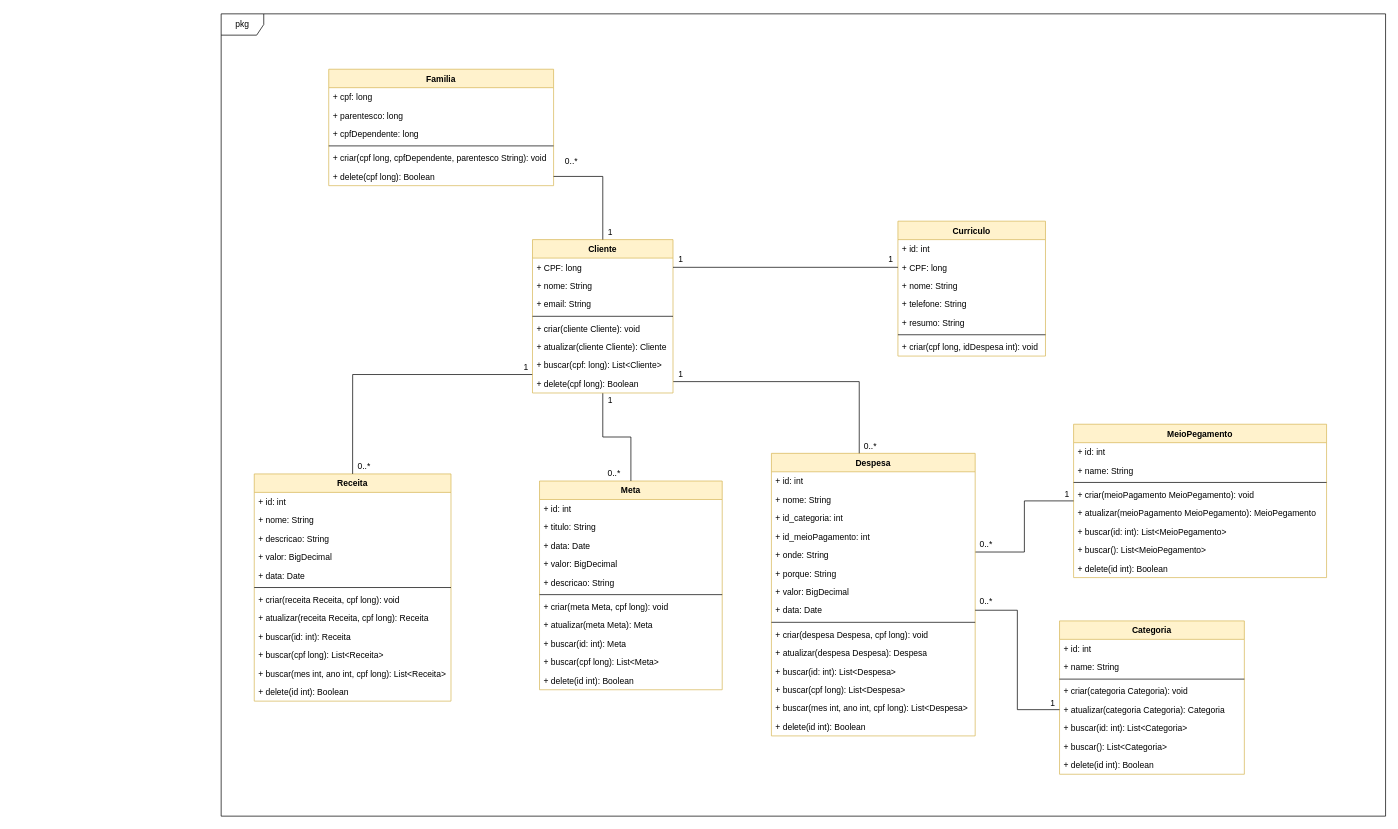
The draw.io diagram resource/diagrama de classe/diagrama de classe de dominio.drawio in matheusCalaca/sistema-financeiro-frontend, before the edit. Source tidied: cells renumbered, new cells numbered last; positions are measured from the earlier drawing's top-left corner, leaving out a move shared by most shapes. Both pictures are drawn from the tidied source at 71%, with x=0, y=0 at pixel (221, 13).
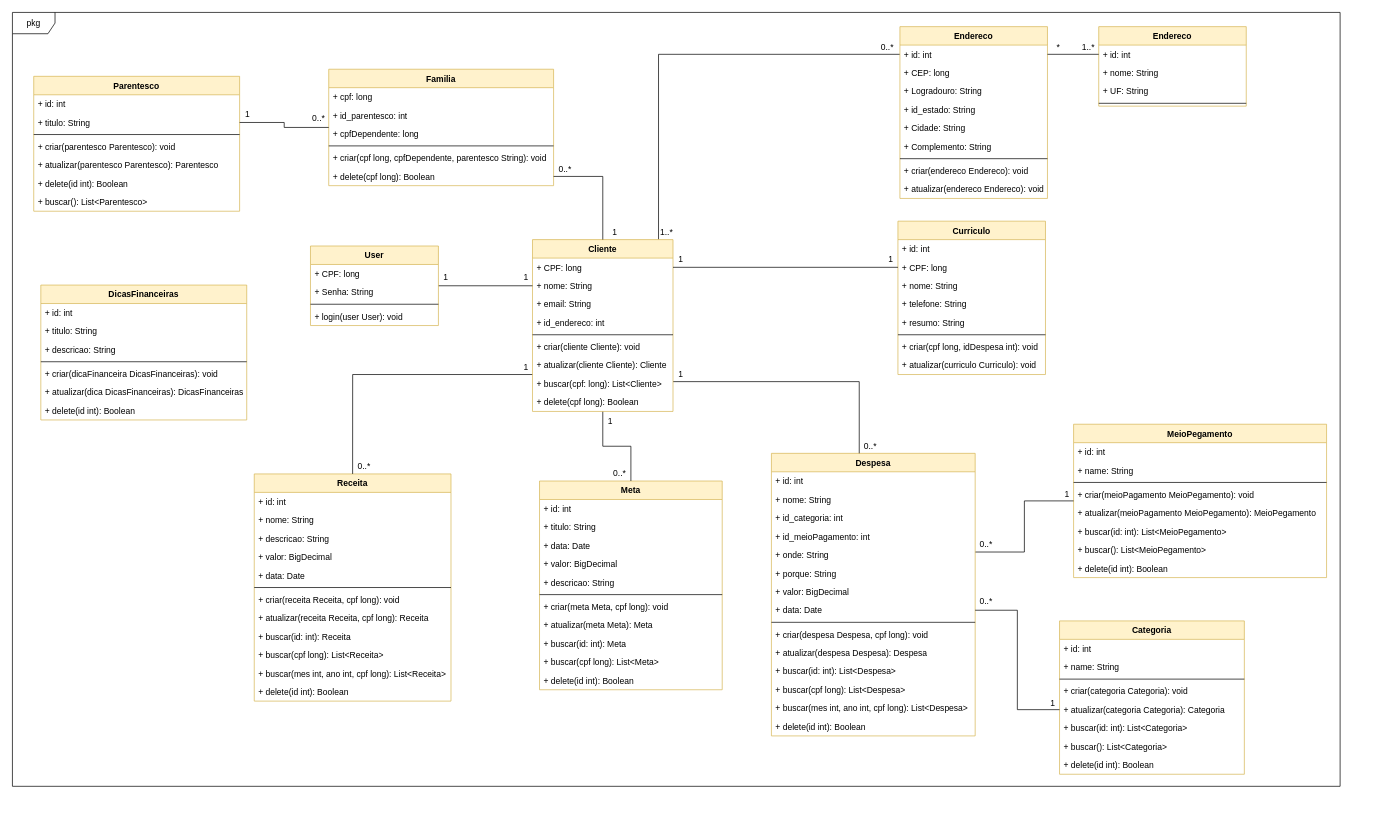
The same diagram, later.

Commit message (it also covers changes not shown here):
update de diagrama de caso

Unchanged cells that the change refers to:
```xml
<mxCell id="75" value="+ nome: String" style="text;strokeColor=none;fillColor=none;align=left;verticalAlign=top;spacingLeft=4;spacingRight=4;overflow=hidden;points=[[0,0.5],[1,0.5]];portConstraint=eastwest;" parent="73" vertex="1">
  <mxGeometry y="52" width="197.9" height="26" as="geometry" />
</mxCell>
<mxCell id="82" value="Familia" style="swimlane;fontStyle=1;align=center;verticalAlign=top;horizontal=1;startSize=26;fillColor=#fff2cc;strokeColor=#d6b656;" parent="1" vertex="1">
  <mxGeometry x="151.5" y="78" width="316.7" height="164" as="geometry" />
</mxCell>
```

What changed in the source:
```diff
@@
+    <mxCell id="106" value="pkg" style="shape=umlFrame;whiteSpace=wrap;html=1;" parent="1" vertex="1">
+      <mxGeometry x="-294" y="-2" width="1870" height="1090" as="geometry" />
+    </mxCell>
@@
     <mxCell id="49" value="Curriculo" style="swimlane;fontStyle=1;align=center;verticalAlign=top;horizontal=1;startSize=26;fillColor=#fff2cc;strokeColor=#d6b656;" parent="1" vertex="1">
-      <mxGeometry x="953.2" y="292" width="207.8" height="190" as="geometry" />
+      <mxGeometry x="953.2" y="292" width="207.8" height="216" as="geometry" />
     </mxCell>
@@
+    <mxCell id="108" value="+ atualizar(curriculo Curriculo): void" style="text;strokeColor=none;fillColor=none;align=left;verticalAlign=top;spacingLeft=4;spacingRight=4;overflow=hidden;" parent="49" vertex="1">
+      <mxGeometry y="190" width="207.8" height="26" as="geometry" />
+    </mxCell>
@@
+    <mxCell id="109" style="edgeStyle=orthogonalEdgeStyle;rounded=0;jettySize=auto;html=1;entryX=0;entryY=0.5;entryDx=0;entryDy=0;endArrow=none;endFill=0;" parent="1" edge="1" source="73" target="112">
+      <mxGeometry relative="1" as="geometry">
+        <Array as="points">
+          <mxPoint x="616" y="57" />
+        </Array>
+      </mxGeometry>
+    </mxCell>
     <mxCell id="73" value="Cliente" style="swimlane;fontStyle=1;align=center;verticalAlign=top;horizontal=1;startSize=26;fillColor=#fff2cc;strokeColor=#d6b656;" parent="1" vertex="1">
-      <mxGeometry x="438.5" y="318" width="197.9" height="216" as="geometry" />
+      <mxGeometry x="438.5" y="318" width="197.9" height="242" as="geometry" />
     </mxCell>
@@
+    <mxCell id="110" value="+ id_endereco: int" style="text;strokeColor=none;fillColor=none;align=left;verticalAlign=top;spacingLeft=4;spacingRight=4;overflow=hidden;" parent="73" vertex="1">
+      <mxGeometry y="104" width="197.9" height="26" as="geometry" />
+    </mxCell>
     <mxCell id="77" style="line;strokeWidth=1;fillColor=none;align=left;verticalAlign=middle;spacingTop=-1;spacingLeft=3;spacingRight=3;labelPosition=right;" parent="73" vertex="1">
-      <mxGeometry y="104" width="197.9" height="8" as="geometry" />
+      <mxGeometry y="130" width="197.9" height="8" as="geometry" />
     </mxCell>
     <mxCell id="78" value="+ criar(cliente Cliente): void" style="text;strokeColor=none;fillColor=none;align=left;verticalAlign=top;spacingLeft=4;spacingRight=4;overflow=hidden;" parent="73" vertex="1">
-      <mxGeometry y="112" width="197.9" height="26" as="geometry" />
+      <mxGeometry y="138" width="197.9" height="26" as="geometry" />
     </mxCell>
     <mxCell id="79" value="+ atualizar(cliente Cliente): Cliente" style="text;strokeColor=none;fillColor=none;align=left;verticalAlign=top;spacingLeft=4;spacingRight=4;overflow=hidden;" parent="73" vertex="1">
-      <mxGeometry y="138" width="197.9" height="26" as="geometry" />
+      <mxGeometry y="164" width="197.9" height="26" as="geometry" />
     </mxCell>
     <mxCell id="80" value="+ buscar(cpf: long): List&lt;Cliente&gt;" style="text;strokeColor=none;fillColor=none;align=left;verticalAlign=top;spacingLeft=4;spacingRight=4;overflow=hidden;" parent="73" vertex="1">
-      <mxGeometry y="164" width="197.9" height="26" as="geometry" />
+      <mxGeometry y="190" width="197.9" height="26" as="geometry" />
     </mxCell>
     <mxCell id="81" value="+ delete(cpf long): Boolean" style="text;strokeColor=none;fillColor=none;align=left;verticalAlign=top;spacingLeft=4;spacingRight=4;overflow=hidden;" parent="73" vertex="1">
-      <mxGeometry y="190" width="197.9" height="26" as="geometry" />
+      <mxGeometry y="216" width="197.9" height="26" as="geometry" />
     </mxCell>
@@
-    <mxCell id="84" value="+ parentesco: long  " style="text;strokeColor=none;fillColor=none;align=left;verticalAlign=top;spacingLeft=4;spacingRight=4;overflow=hidden;" parent="82" vertex="1">
+    <mxCell id="84" value="+ id_parentesco: int" style="text;strokeColor=none;fillColor=none;align=left;verticalAlign=top;spacingLeft=4;spacingRight=4;overflow=hidden;" parent="82" vertex="1">
       <mxGeometry y="52" width="316.7" height="26" as="geometry" />
     </mxCell>
@@
-    <mxCell id="89" style="group;" parent="1" vertex="1">
-      <mxGeometry x="478.1" y="198" width="79.2" height="120" as="geometry" />
-    </mxCell>
-    <mxCell id="90" value="1" style="text;html=1;align=center;verticalAlign=middle;strokeColor=none;fillColor=none;" parent="89" vertex="1">
-      <mxGeometry x="59.4" y="100" width="20" height="20" as="geometry" />
-    </mxCell>
-    <mxCell id="91" value="0..*" style="text;html=1;align=center;verticalAlign=middle;strokeColor=none;fillColor=none;" parent="89" vertex="1">
-      <mxGeometry width="30" height="20" as="geometry" />
-    </mxCell>
@@
     <mxCell id="94" value="1" style="text;html=1;align=center;verticalAlign=middle;strokeColor=none;fillColor=none;" parent="1" vertex="1">
-      <mxGeometry x="537.5" y="534" width="20" height="20" as="geometry" />
+      <mxGeometry x="537.5" y="564" width="20" height="20" as="geometry" />
     </mxCell>
     <mxCell id="95" value="0..*" style="text;html=1;align=center;verticalAlign=middle;strokeColor=none;fillColor=none;" parent="1" vertex="1">
-      <mxGeometry x="537.5" y="638" width="30" height="20" as="geometry" />
+      <mxGeometry x="546" y="638" width="30" height="20" as="geometry" />
     </mxCell>
@@
-    <mxCell id="106" value="pkg" style="shape=umlFrame;whiteSpace=wrap;html=1;" parent="1" vertex="1">
-      <mxGeometry width="1640" height="1130" as="geometry" />
-    </mxCell>
@@
+    <mxCell id="90" value="1" style="text;html=1;align=center;verticalAlign=middle;strokeColor=none;fillColor=none;" parent="1" vertex="1">
+      <mxGeometry x="543.5" y="298" width="20" height="20" as="geometry" />
+    </mxCell>
+    <mxCell id="91" value="0..*" style="text;html=1;align=center;verticalAlign=middle;strokeColor=none;fillColor=none;" parent="1" vertex="1">
+      <mxGeometry x="469.1" y="209" width="30" height="20" as="geometry" />
+    </mxCell>
+    <mxCell id="111" value="Endereco" style="swimlane;fontStyle=1;align=center;verticalAlign=top;horizontal=1;startSize=26;fillColor=#fff2cc;strokeColor=#d6b656;" parent="1" vertex="1">
+      <mxGeometry x="956" y="18" width="207.8" height="242" as="geometry" />
+    </mxCell>
+    <mxCell id="112" value="+ id: int" style="text;strokeColor=none;fillColor=none;align=left;verticalAlign=top;spacingLeft=4;spacingRight=4;overflow=hidden;points=[[0,0.5],[1,0.5]];portConstraint=eastwest;" parent="111" vertex="1">
+      <mxGeometry y="26" width="207.8" height="26" as="geometry" />
+    </mxCell>
+    <mxCell id="113" value="+ CEP: long  " style="text;strokeColor=none;fillColor=none;align=left;verticalAlign=top;spacingLeft=4;spacingRight=4;overflow=hidden;" parent="111" vertex="1">
+      <mxGeometry y="52" width="207.8" height="26" as="geometry" />
+    </mxCell>
+    <mxCell id="114" value="+ Logradouro: String" style="text;strokeColor=none;fillColor=none;align=left;verticalAlign=top;spacingLeft=4;spacingRight=4;overflow=hidden;" parent="111" vertex="1">
+      <mxGeometry y="78" width="207.8" height="26" as="geometry" />
+    </mxCell>
+    <mxCell id="115" value="+ id_estado: String  " style="text;strokeColor=none;fillColor=none;align=left;verticalAlign=top;spacingLeft=4;spacingRight=4;overflow=hidden;" parent="111" vertex="1">
+      <mxGeometry y="104" width="207.8" height="26" as="geometry" />
+    </mxCell>
+    <mxCell id="116" value="+ Cidade: String  " style="text;strokeColor=none;fillColor=none;align=left;verticalAlign=top;spacingLeft=4;spacingRight=4;overflow=hidden;" parent="111" vertex="1">
+      <mxGeometry y="130" width="207.8" height="26" as="geometry" />
+    </mxCell>
+    <mxCell id="117" value="+ Complemento: String  " style="text;strokeColor=none;fillColor=none;align=left;verticalAlign=top;spacingLeft=4;spacingRight=4;overflow=hidden;" parent="111" vertex="1">
+      <mxGeometry y="156" width="207.8" height="26" as="geometry" />
+    </mxCell>
+    <mxCell id="118" style="line;strokeWidth=1;fillColor=none;align=left;verticalAlign=middle;spacingTop=-1;spacingLeft=3;spacingRight=3;labelPosition=right;" parent="111" vertex="1">
+      <mxGeometry y="182" width="207.8" height="8" as="geometry" />
+    </mxCell>
+    <mxCell id="119" value="+ criar(endereco Endereco): void" style="text;strokeColor=none;fillColor=none;align=left;verticalAlign=top;spacingLeft=4;spacingRight=4;overflow=hidden;" parent="111" vertex="1">
+      <mxGeometry y="190" width="207.8" height="26" as="geometry" />
+    </mxCell>
+    <mxCell id="120" value="+ atualizar(endereco Endereco): void" style="text;strokeColor=none;fillColor=none;align=left;verticalAlign=top;spacingLeft=4;spacingRight=4;overflow=hidden;" parent="111" vertex="1">
+      <mxGeometry y="216" width="207.8" height="26" as="geometry" />
+    </mxCell>
+    <mxCell id="121" value="0..*" style="text;html=1;align=center;verticalAlign=middle;strokeColor=none;fillColor=none;" parent="1" vertex="1">
+      <mxGeometry x="923.2" y="38" width="30" height="20" as="geometry" />
+    </mxCell>
+    <mxCell id="122" value="1..*" style="text;html=1;align=center;verticalAlign=middle;strokeColor=none;fillColor=none;" parent="1" vertex="1">
+      <mxGeometry x="611.5" y="298" width="30" height="20" as="geometry" />
+    </mxCell>
+    <mxCell id="123" value="Endereco" style="swimlane;fontStyle=1;align=center;verticalAlign=top;horizontal=1;startSize=26;fillColor=#fff2cc;strokeColor=#d6b656;" parent="1" vertex="1">
+      <mxGeometry x="1236" y="18" width="207.8" height="112" as="geometry" />
+    </mxCell>
+    <mxCell id="124" value="+ id: int" style="text;strokeColor=none;fillColor=none;align=left;verticalAlign=top;spacingLeft=4;spacingRight=4;overflow=hidden;points=[[0,0.5],[1,0.5]];portConstraint=eastwest;" parent="123" vertex="1">
+      <mxGeometry y="26" width="207.8" height="26" as="geometry" />
+    </mxCell>
+    <mxCell id="125" value="+ nome: String  " style="text;strokeColor=none;fillColor=none;align=left;verticalAlign=top;spacingLeft=4;spacingRight=4;overflow=hidden;" parent="123" vertex="1">
+      <mxGeometry y="52" width="207.8" height="26" as="geometry" />
+    </mxCell>
+    <mxCell id="126" value="+ UF: String  " style="text;strokeColor=none;fillColor=none;align=left;verticalAlign=top;spacingLeft=4;spacingRight=4;overflow=hidden;" parent="123" vertex="1">
+      <mxGeometry y="78" width="207.8" height="26" as="geometry" />
+    </mxCell>
+    <mxCell id="127" style="line;strokeWidth=1;fillColor=none;align=left;verticalAlign=middle;spacingTop=-1;spacingLeft=3;spacingRight=3;labelPosition=right;" parent="123" vertex="1">
+      <mxGeometry y="104" width="207.8" height="8" as="geometry" />
+    </mxCell>
+    <mxCell id="128" style="edgeStyle=orthogonalEdgeStyle;rounded=0;jettySize=auto;html=1;entryX=0;entryY=0.5;entryDx=0;entryDy=0;endArrow=none;endFill=0;" parent="1" edge="1" source="112" target="124">
+      <mxGeometry relative="1" as="geometry" />
+    </mxCell>
+    <mxCell id="129" value="1..*" style="text;html=1;align=center;verticalAlign=middle;strokeColor=none;fillColor=none;" parent="1" vertex="1">
+      <mxGeometry x="1206" y="38" width="30" height="20" as="geometry" />
+    </mxCell>
+    <mxCell id="130" value="*" style="text;html=1;align=center;verticalAlign=middle;strokeColor=none;fillColor=none;" parent="1" vertex="1">
+      <mxGeometry x="1168.8" y="38" width="20" height="20" as="geometry" />
+    </mxCell>
+    <mxCell id="131" style="edgeStyle=orthogonalEdgeStyle;rounded=0;jettySize=auto;html=1;entryX=0;entryY=0.5;entryDx=0;entryDy=0;endArrow=none;endFill=0;" parent="1" edge="1" source="132" target="75">
+      <mxGeometry relative="1" as="geometry" />
+    </mxCell>
+    <mxCell id="132" value="User" style="swimlane;fontStyle=1;align=center;verticalAlign=top;horizontal=1;startSize=26;fillColor=#fff2cc;strokeColor=#d6b656;" parent="1" vertex="1">
+      <mxGeometry x="125.8" y="327" width="180.2" height="112" as="geometry" />
+    </mxCell>
+    <mxCell id="133" value="+ CPF: long  " style="text;strokeColor=none;fillColor=none;align=left;verticalAlign=top;spacingLeft=4;spacingRight=4;overflow=hidden;" parent="132" vertex="1">
+      <mxGeometry y="26" width="180.2" height="26" as="geometry" />
+    </mxCell>
+    <mxCell id="134" value="+ Senha: String" style="text;strokeColor=none;fillColor=none;align=left;verticalAlign=top;spacingLeft=4;spacingRight=4;overflow=hidden;" parent="132" vertex="1">
+      <mxGeometry y="52" width="180.2" height="26" as="geometry" />
+    </mxCell>
+    <mxCell id="135" style="line;strokeWidth=1;fillColor=none;align=left;verticalAlign=middle;spacingTop=-1;spacingLeft=3;spacingRight=3;labelPosition=right;" parent="132" vertex="1">
+      <mxGeometry y="78" width="180.2" height="8" as="geometry" />
+    </mxCell>
+    <mxCell id="136" value="+ login(user User): void" style="text;strokeColor=none;fillColor=none;align=left;verticalAlign=top;spacingLeft=4;spacingRight=4;overflow=hidden;" parent="132" vertex="1">
+      <mxGeometry y="86" width="180.2" height="26" as="geometry" />
+    </mxCell>
+    <mxCell id="137" value="1" style="text;html=1;align=center;verticalAlign=middle;strokeColor=none;fillColor=none;" parent="1" vertex="1">
+      <mxGeometry x="306" y="362" width="20" height="20" as="geometry" />
+    </mxCell>
+    <mxCell id="138" value="1" style="text;html=1;align=center;verticalAlign=middle;strokeColor=none;fillColor=none;" parent="1" vertex="1">
+      <mxGeometry x="418.5" y="362" width="20" height="20" as="geometry" />
+    </mxCell>
+    <mxCell id="139" value="DicasFinanceiras" style="swimlane;fontStyle=1;align=center;verticalAlign=top;horizontal=1;startSize=26;fillColor=#fff2cc;strokeColor=#d6b656;" parent="1" vertex="1">
+      <mxGeometry x="-254" y="382" width="290" height="190" as="geometry" />
+    </mxCell>
+    <mxCell id="140" value="+ id: int  " style="text;strokeColor=none;fillColor=none;align=left;verticalAlign=top;spacingLeft=4;spacingRight=4;overflow=hidden;" parent="139" vertex="1">
+      <mxGeometry y="26" width="290" height="26" as="geometry" />
+    </mxCell>
+    <mxCell id="141" value="+ titulo: String" style="text;strokeColor=none;fillColor=none;align=left;verticalAlign=top;spacingLeft=4;spacingRight=4;overflow=hidden;" parent="139" vertex="1">
+      <mxGeometry y="52" width="290" height="26" as="geometry" />
+    </mxCell>
+    <mxCell id="142" value="+ descricao: String" style="text;strokeColor=none;fillColor=none;align=left;verticalAlign=top;spacingLeft=4;spacingRight=4;overflow=hidden;" parent="139" vertex="1">
+      <mxGeometry y="78" width="290" height="26" as="geometry" />
+    </mxCell>
+    <mxCell id="143" style="line;strokeWidth=1;fillColor=none;align=left;verticalAlign=middle;spacingTop=-1;spacingLeft=3;spacingRight=3;labelPosition=right;" parent="139" vertex="1">
+      <mxGeometry y="104" width="290" height="8" as="geometry" />
+    </mxCell>
+    <mxCell id="144" value="+ criar(dicaFinanceira DicasFinanceiras): void" style="text;strokeColor=none;fillColor=none;align=left;verticalAlign=top;spacingLeft=4;spacingRight=4;overflow=hidden;" parent="139" vertex="1">
+      <mxGeometry y="112" width="290" height="26" as="geometry" />
+    </mxCell>
+    <mxCell id="145" value="+ atualizar(dica DicasFinanceiras): DicasFinanceiras" style="text;strokeColor=none;fillColor=none;align=left;verticalAlign=top;spacingLeft=4;spacingRight=4;overflow=hidden;" parent="139" vertex="1">
+      <mxGeometry y="138" width="290" height="26" as="geometry" />
+    </mxCell>
+    <mxCell id="146" value="+ delete(id int): Boolean" style="text;strokeColor=none;fillColor=none;align=left;verticalAlign=top;spacingLeft=4;spacingRight=4;overflow=hidden;" parent="139" vertex="1">
+      <mxGeometry y="164" width="290" height="26" as="geometry" />
+    </mxCell>
+    <mxCell id="147" value="Parentesco" style="swimlane;fontStyle=1;align=center;verticalAlign=top;horizontal=1;startSize=26;fillColor=#fff2cc;strokeColor=#d6b656;" parent="1" vertex="1">
+      <mxGeometry x="-264" y="88" width="290" height="190" as="geometry" />
+    </mxCell>
+    <mxCell id="148" value="+ id: int  " style="text;strokeColor=none;fillColor=none;align=left;verticalAlign=top;spacingLeft=4;spacingRight=4;overflow=hidden;" parent="147" vertex="1">
+      <mxGeometry y="26" width="290" height="26" as="geometry" />
+    </mxCell>
+    <mxCell id="149" value="+ titulo: String" style="text;strokeColor=none;fillColor=none;align=left;verticalAlign=top;spacingLeft=4;spacingRight=4;overflow=hidden;points=[[0,0.5],[1,0.5]];portConstraint=eastwest;" parent="147" vertex="1">
+      <mxGeometry y="52" width="290" height="26" as="geometry" />
+    </mxCell>
+    <mxCell id="150" style="line;strokeWidth=1;fillColor=none;align=left;verticalAlign=middle;spacingTop=-1;spacingLeft=3;spacingRight=3;labelPosition=right;" parent="147" vertex="1">
+      <mxGeometry y="78" width="290" height="8" as="geometry" />
+    </mxCell>
+    <mxCell id="151" value="+ criar(parentesco Parentesco): void" style="text;strokeColor=none;fillColor=none;align=left;verticalAlign=top;spacingLeft=4;spacingRight=4;overflow=hidden;" parent="147" vertex="1">
+      <mxGeometry y="86" width="290" height="26" as="geometry" />
+    </mxCell>
+    <mxCell id="152" value="+ atualizar(parentesco Parentesco): Parentesco" style="text;strokeColor=none;fillColor=none;align=left;verticalAlign=top;spacingLeft=4;spacingRight=4;overflow=hidden;" parent="147" vertex="1">
+      <mxGeometry y="112" width="290" height="26" as="geometry" />
+    </mxCell>
+    <mxCell id="153" value="+ delete(id int): Boolean" style="text;strokeColor=none;fillColor=none;align=left;verticalAlign=top;spacingLeft=4;spacingRight=4;overflow=hidden;" parent="147" vertex="1">
+      <mxGeometry y="138" width="290" height="26" as="geometry" />
+    </mxCell>
+    <mxCell id="154" value="+ buscar(): List&lt;Parentesco&gt;" style="text;strokeColor=none;fillColor=none;align=left;verticalAlign=top;spacingLeft=4;spacingRight=4;overflow=hidden;" parent="147" vertex="1">
+      <mxGeometry y="164" width="290" height="26" as="geometry" />
+    </mxCell>
+    <mxCell id="155" style="edgeStyle=orthogonalEdgeStyle;rounded=0;jettySize=auto;html=1;endArrow=none;endFill=0;" parent="1" edge="1" source="149" target="82">
+      <mxGeometry relative="1" as="geometry" />
+    </mxCell>
+    <mxCell id="156" value="0..*" style="text;html=1;align=center;verticalAlign=middle;strokeColor=none;fillColor=none;" parent="1" vertex="1">
+      <mxGeometry x="121.5" y="138" width="30" height="20" as="geometry" />
+    </mxCell>
+    <mxCell id="157" value="1" style="text;html=1;align=center;verticalAlign=middle;strokeColor=none;fillColor=none;" parent="1" vertex="1">
+      <mxGeometry x="26.6" y="132" width="20" height="20" as="geometry" />
+    </mxCell>
```
